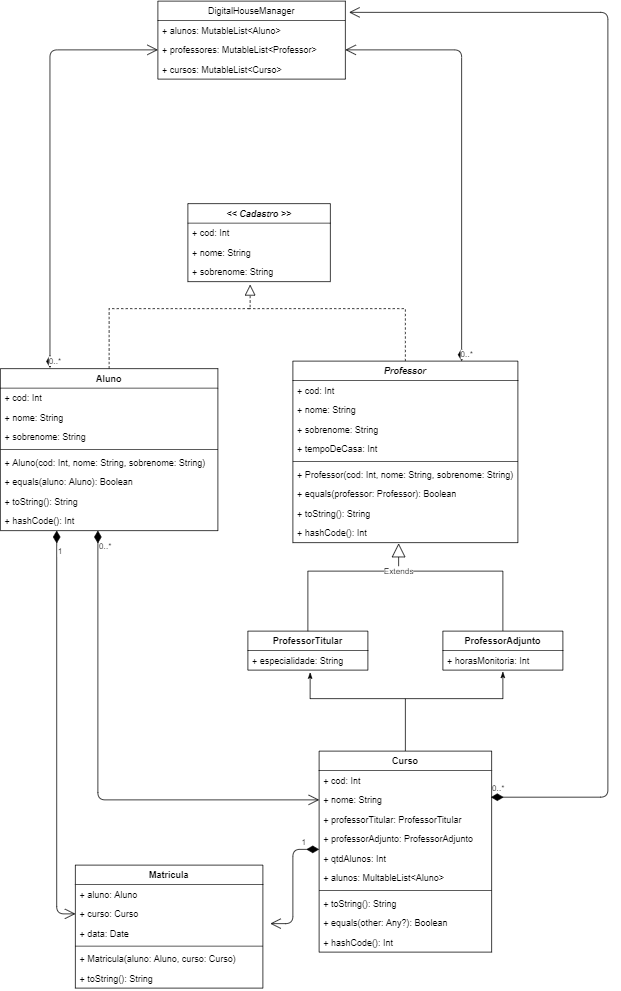
btmluiz/digitalhouse-desafio-kotlin keeps this draw.io diagram as UML.png. Above is the earlier version. Source tidied: cells renumbered, new cells last; positions are measured from the earlier drawing's top-left corner, leaving out a move shared by most shapes.
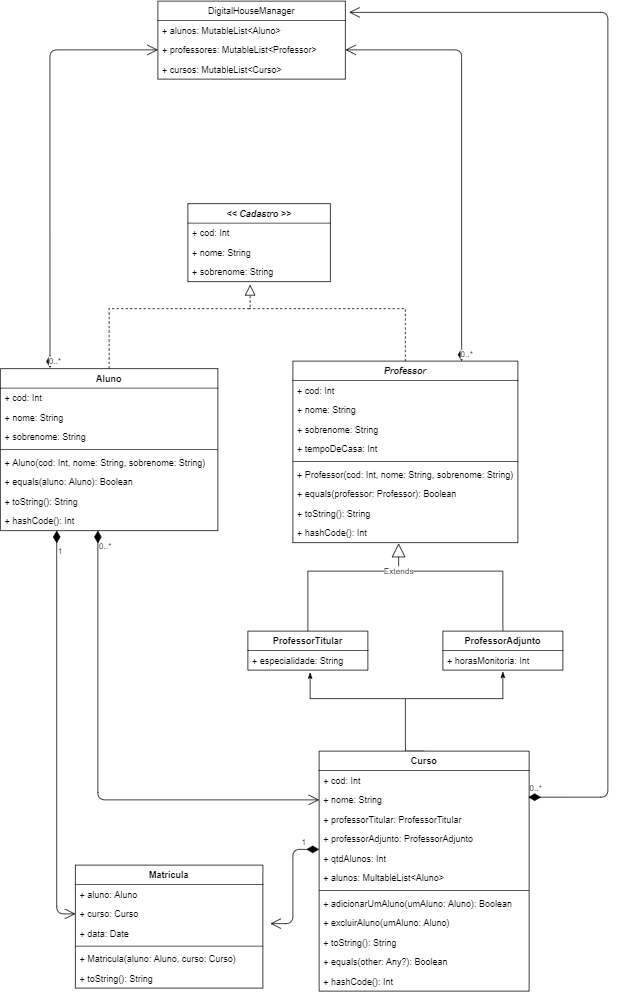
The same file after the commit.

The edit, as a diff of the source:
```diff
@@ -205,37 +205,43 @@
       </mxGeometry>
     </mxCell>
     <mxCell id="52" value="Curso" style="swimlane;fontStyle=1;align=center;verticalAlign=top;horizontal=1;startSize=26;" parent="1" vertex="1">
-      <mxGeometry x="425" y="1000" width="230" height="268" as="geometry" />
+      <mxGeometry x="425" y="1000" width="280" height="320" as="geometry" />
     </mxCell>
     <mxCell id="53" value="+ cod: Int" style="text;strokeColor=none;fillColor=none;align=left;verticalAlign=top;spacingLeft=4;spacingRight=4;overflow=hidden;" parent="52" vertex="1">
-      <mxGeometry y="26" width="230" height="26" as="geometry" />
+      <mxGeometry y="26" width="280" height="26" as="geometry" />
     </mxCell>
     <mxCell id="54" value="+ nome: String" style="text;strokeColor=none;fillColor=none;align=left;verticalAlign=top;spacingLeft=4;spacingRight=4;overflow=hidden;points=[[0,0.5],[1,0.5]];portConstraint=eastwest;" parent="52" vertex="1">
-      <mxGeometry y="52" width="230" height="26" as="geometry" />
+      <mxGeometry y="52" width="280" height="26" as="geometry" />
     </mxCell>
     <mxCell id="55" value="+ professorTitular: ProfessorTitular" style="text;strokeColor=none;fillColor=none;align=left;verticalAlign=top;spacingLeft=4;spacingRight=4;overflow=hidden;" parent="52" vertex="1">
-      <mxGeometry y="78" width="230" height="26" as="geometry" />
+      <mxGeometry y="78" width="280" height="26" as="geometry" />
     </mxCell>
     <mxCell id="56" value="+ professorAdjunto: ProfessorAdjunto" style="text;strokeColor=none;fillColor=none;align=left;verticalAlign=top;spacingLeft=4;spacingRight=4;overflow=hidden;" parent="52" vertex="1">
-      <mxGeometry y="104" width="230" height="26" as="geometry" />
+      <mxGeometry y="104" width="280" height="26" as="geometry" />
     </mxCell>
     <mxCell id="57" value="+ qtdAlunos: Int" style="text;strokeColor=none;fillColor=none;align=left;verticalAlign=top;spacingLeft=4;spacingRight=4;overflow=hidden;points=[[0,0.5],[1,0.5]];portConstraint=eastwest;" parent="52" vertex="1">
-      <mxGeometry y="130" width="230" height="26" as="geometry" />
+      <mxGeometry y="130" width="280" height="26" as="geometry" />
     </mxCell>
     <mxCell id="58" value="+ alunos: MultableList&lt;Aluno&gt;" style="text;strokeColor=none;fillColor=none;align=left;verticalAlign=top;spacingLeft=4;spacingRight=4;overflow=hidden;" parent="52" vertex="1">
-      <mxGeometry y="156" width="230" height="26" as="geometry" />
+      <mxGeometry y="156" width="280" height="26" as="geometry" />
     </mxCell>
     <mxCell id="59" style="line;strokeWidth=1;fillColor=none;align=left;verticalAlign=middle;spacingTop=-1;spacingLeft=3;spacingRight=3;labelPosition=right;" parent="52" vertex="1">
-      <mxGeometry y="182" width="230" height="8" as="geometry" />
+      <mxGeometry y="182" width="280" height="8" as="geometry" />
     </mxCell>
-    <mxCell id="60" value="+ toString(): String" style="text;strokeColor=none;fillColor=none;align=left;verticalAlign=top;spacingLeft=4;spacingRight=4;overflow=hidden;" parent="52" vertex="1">
-      <mxGeometry y="190" width="230" height="26" as="geometry" />
+    <mxCell id="60" value="+ adicionarUmAluno(umAluno: Aluno): Boolean" style="text;strokeColor=none;fillColor=none;align=left;verticalAlign=top;spacingLeft=4;spacingRight=4;overflow=hidden;" parent="52" vertex="1">
+      <mxGeometry y="190" width="280" height="26" as="geometry" />
     </mxCell>
+    <mxCell id="63" value="+ excluirAluno(umAluno: Aluno)" style="text;strokeColor=none;fillColor=none;align=left;verticalAlign=top;spacingLeft=4;spacingRight=4;overflow=hidden;" parent="52" vertex="1">
+      <mxGeometry y="216" width="280" height="26" as="geometry" />
+    </mxCell>
+    <mxCell id="64" value="+ toString(): String" style="text;strokeColor=none;fillColor=none;align=left;verticalAlign=top;spacingLeft=4;spacingRight=4;overflow=hidden;" parent="52" vertex="1">
+      <mxGeometry y="242" width="280" height="26" as="geometry" />
+    </mxCell>
     <mxCell id="61" value="+ equals(other: Any?): Boolean" style="text;strokeColor=none;fillColor=none;align=left;verticalAlign=top;spacingLeft=4;spacingRight=4;overflow=hidden;" parent="52" vertex="1">
-      <mxGeometry y="216" width="230" height="26" as="geometry" />
+      <mxGeometry y="268" width="280" height="26" as="geometry" />
     </mxCell>
     <mxCell id="62" value="+ hashCode(): Int" style="text;strokeColor=none;fillColor=none;align=left;verticalAlign=top;spacingLeft=4;spacingRight=4;overflow=hidden;" parent="52" vertex="1">
-      <mxGeometry y="242" width="230" height="26" as="geometry" />
+      <mxGeometry y="294" width="280" height="26" as="geometry" />
     </mxCell>
   </root>
 </mxGraphModel>
```
